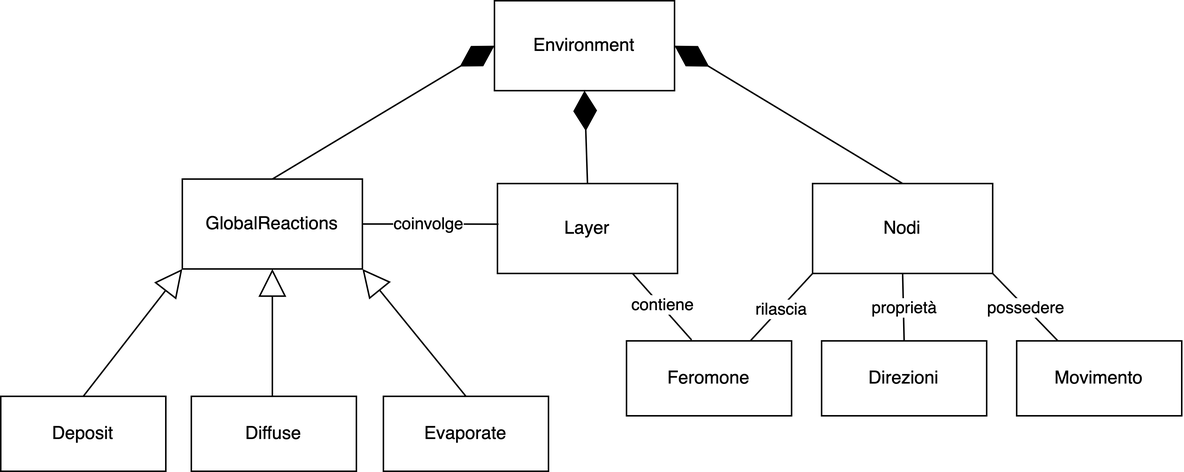
Earlier version of the draw.io export figures/generale.png (lorenzotosi/alchemist-thesis). Source tidied: cells renumbered, new cells last; positions are measured from the earlier drawing's top-left corner, leaving out a move shared by most shapes.
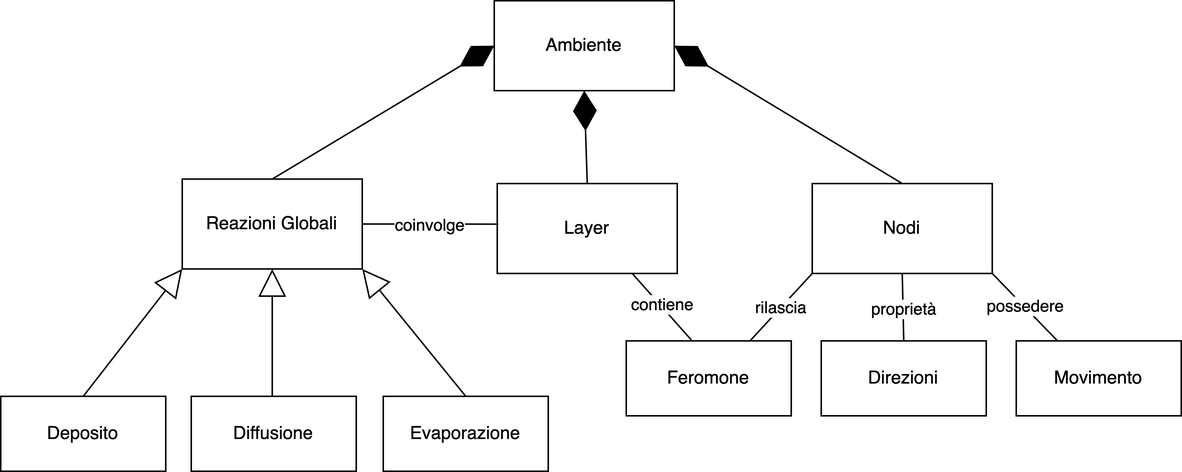
The same file after the commit.

What changed in the source:
```diff
@@ -2,13 +2,13 @@
   <root>
     <mxCell id="0" />
     <mxCell id="1" parent="0" />
-    <mxCell id="2" value="Environment" style="rounded=0;whiteSpace=wrap;html=1;" parent="1" vertex="1">
+    <mxCell id="2" value="Ambiente" style="rounded=0;whiteSpace=wrap;html=1;" parent="1" vertex="1">
       <mxGeometry x="329" width="120" height="60" as="geometry" />
     </mxCell>
     <mxCell id="3" value="Layer" style="rounded=0;whiteSpace=wrap;html=1;" parent="1" vertex="1">
       <mxGeometry x="331" y="122" width="120" height="60" as="geometry" />
     </mxCell>
-    <mxCell id="4" value="GlobalReactions" style="rounded=0;whiteSpace=wrap;html=1;" parent="1" vertex="1">
+    <mxCell id="4" value="Reazioni Globali" style="rounded=0;whiteSpace=wrap;html=1;" parent="1" vertex="1">
       <mxGeometry x="121" y="119" width="120" height="60" as="geometry" />
     </mxCell>
     <mxCell id="5" value="Nodi" style="rounded=0;whiteSpace=wrap;html=1;" parent="1" vertex="1">
@@ -42,13 +42,13 @@
     <mxCell id="13" style="endArrow=block;endSize=16;endFill=0;html=1;rounded=0;exitX=0.5;exitY=0;exitDx=0;exitDy=0;entryX=1;entryY=1;entryDx=0;entryDy=0;" parent="1" edge="1" source="16" target="4">
       <mxGeometry x="0.01" relative="1" as="geometry" />
     </mxCell>
-    <mxCell id="14" value="Deposit" style="html=1;whiteSpace=wrap;" parent="1" vertex="1">
+    <mxCell id="14" value="Deposito" style="html=1;whiteSpace=wrap;" parent="1" vertex="1">
       <mxGeometry y="264" width="110" height="50" as="geometry" />
     </mxCell>
-    <mxCell id="15" value="Diffuse" style="html=1;whiteSpace=wrap;" parent="1" vertex="1">
+    <mxCell id="15" value="Diffusione" style="html=1;whiteSpace=wrap;" parent="1" vertex="1">
       <mxGeometry x="127" y="264" width="110" height="50" as="geometry" />
     </mxCell>
-    <mxCell id="16" value="Evaporate" style="html=1;whiteSpace=wrap;" parent="1" vertex="1">
+    <mxCell id="16" value="Evaporazione" style="html=1;whiteSpace=wrap;" parent="1" vertex="1">
       <mxGeometry x="255" y="264" width="110" height="50" as="geometry" />
     </mxCell>
     <mxCell id="17" value="Direzioni" style="html=1;whiteSpace=wrap;" parent="1" vertex="1">
```
